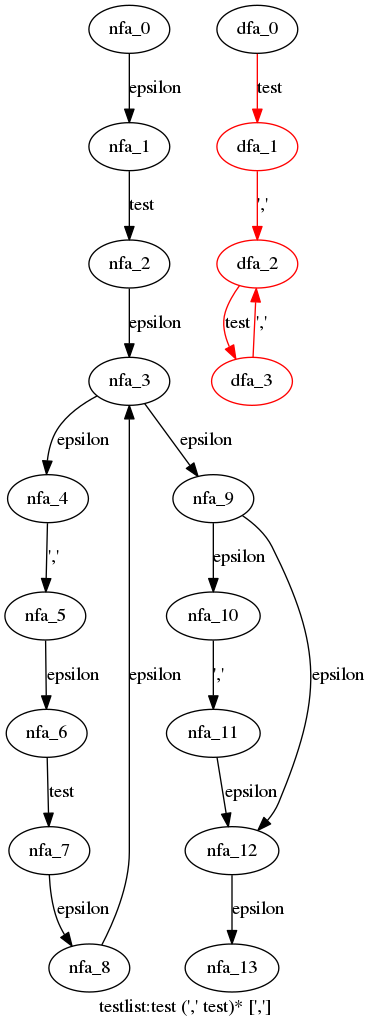
This is cpython/grammar/handwrite/nfa_dfas/76.testlist.dot.png from WinChua/blog, a Graphviz export, as it was before one commit. Its source is kept beside it as cpython/grammar/handwrite/nfa_dfas/76.testlist.dot. Source of this version:
```dot
digraph testlist {
 graph[label="testlist:test (',' test)* [',']"]
 subgraph testlist_nfa {
  nfa_0->nfa_1[label="epsilon"]
  nfa_1->nfa_2[label="test"]
  nfa_2->nfa_3[label="epsilon"]
  nfa_3->nfa_4[label="epsilon"]
  nfa_4->nfa_5[label="','"]
  nfa_5->nfa_6[label="epsilon"]
  nfa_6->nfa_7[label="test"]
  nfa_7->nfa_8[label="epsilon"]
  nfa_8->nfa_3[label="epsilon"]
  nfa_3->nfa_9[label="epsilon"]
  nfa_9->nfa_10[label="epsilon"]
  nfa_10->nfa_11[label="','"]
  nfa_11->nfa_12[label="epsilon"]
  nfa_12->nfa_13[label="epsilon"]
  nfa_9->nfa_12[label="epsilon"]
  }
 subgraph testlist_dfa {
  dfa_0->dfa_1[label="test",color=red]
  dfa_1->dfa_2[label="','",color=red]
  dfa_2->dfa_3[label="test",color=red]
  dfa_3->dfa_2[label="','",color=red]
  dfa_1[color=red]
  dfa_2[color=red]
  dfa_3[color=red]
  }
}
```
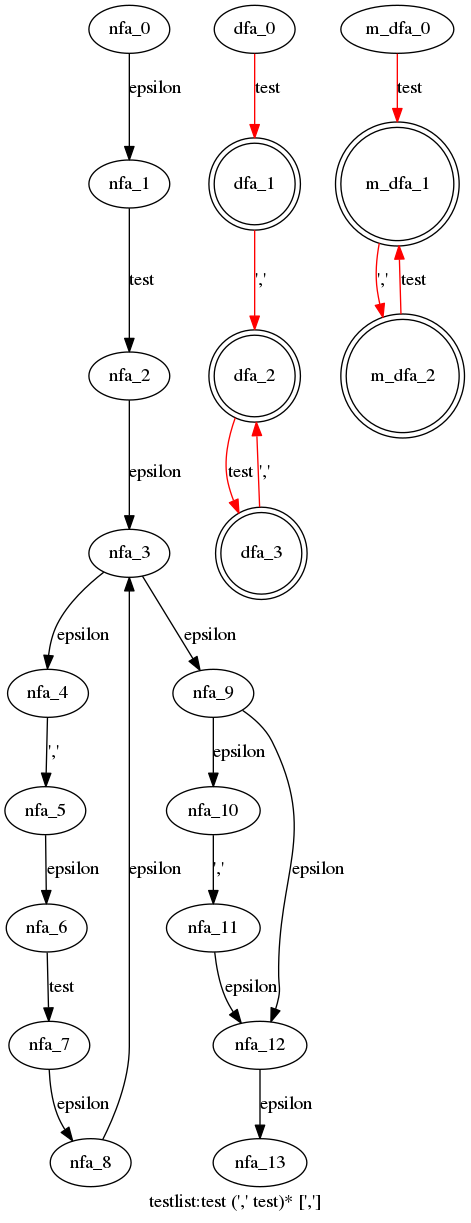
The same file after the commit.

Diff of the diagram source:
```diff
@@ -22,8 +22,15 @@
   dfa_1->dfa_2[label="','",color=red]
   dfa_2->dfa_3[label="test",color=red]
   dfa_3->dfa_2[label="','",color=red]
-  dfa_1[color=red]
-  dfa_2[color=red]
-  dfa_3[color=red]
+  dfa_1[shape=doublecircle]
+  dfa_2[shape=doublecircle]
+  dfa_3[shape=doublecircle]
+  }
+ subgraph testlist_m_dfa {
+  m_dfa_0->m_dfa_1[label="test",color=red]
+  m_dfa_1->m_dfa_2[label="','",color=red]
+  m_dfa_2->m_dfa_1[label="test",color=red]
+  m_dfa_1[shape=doublecircle]
+  m_dfa_2[shape=doublecircle]
   }
 }
```
